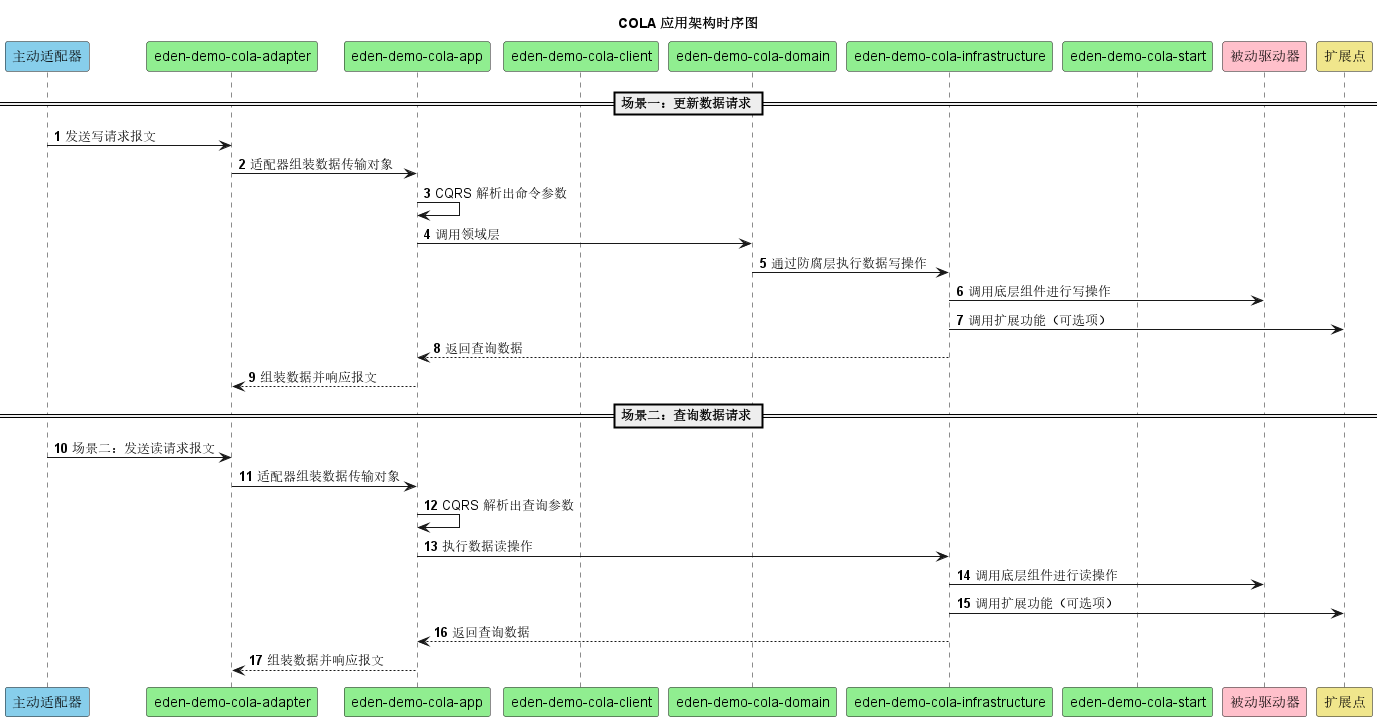
shiyindaxiaojie/eden-demo-cola keeps this PlantUML diagram as docs/uml/sequence.png. Above is the earlier version. The source it was exported from:
```plantuml
@startuml

!if %variable_exists("$THEME")
title COLA 应用架构时序图 - $THEME theme
!else
title COLA 应用架构时序图
!endif


autonumber
participant "主动适配器" #SkyBlue
participant "eden-demo-cola-adapter" #LightGreen
participant "eden-demo-cola-app" #LightGreen
participant "eden-demo-cola-client" #LightGreen
participant "eden-demo-cola-domain" #LightGreen
participant "eden-demo-cola-infrastructure" #LightGreen
participant "eden-demo-cola-start" #LightGreen
participant "被动驱动器" #Pink
participant "扩展点" #Khaki

== 场景一：更新数据请求 ==

"主动适配器" -> "eden-demo-cola-adapter": 发送写请求报文
"eden-demo-cola-adapter" -> "eden-demo-cola-app": 适配器组装数据传输对象
"eden-demo-cola-app" -> "eden-demo-cola-app": CQRS 解析出命令参数
"eden-demo-cola-app" -> "eden-demo-cola-domain": 调用领域层
"eden-demo-cola-domain" -> "eden-demo-cola-infrastructure": 通过防腐层执行数据写操作
"eden-demo-cola-infrastructure" -> "被动驱动器": 调用底层组件进行写操作
"eden-demo-cola-infrastructure" -> "扩展点": 调用扩展功能（可选项）
"eden-demo-cola-infrastructure" --> "eden-demo-cola-app": 返回查询数据
"eden-demo-cola-app" --> "eden-demo-cola-adapter": 组装数据并响应报文

== 场景二：查询数据请求 ==

"主动适配器" -> "eden-demo-cola-adapter": 场景二：发送读请求报文
"eden-demo-cola-adapter" -> "eden-demo-cola-app": 适配器组装数据传输对象
"eden-demo-cola-app" -> "eden-demo-cola-app": CQRS 解析出查询参数
"eden-demo-cola-app" -> "eden-demo-cola-infrastructure": 执行数据读操作
"eden-demo-cola-infrastructure" -> "被动驱动器": 调用底层组件进行读操作
"eden-demo-cola-infrastructure" -> "扩展点": 调用扩展功能（可选项）
"eden-demo-cola-infrastructure" --> "eden-demo-cola-app": 返回查询数据
"eden-demo-cola-app" --> "eden-demo-cola-adapter": 组装数据并响应报文

@enduml
```
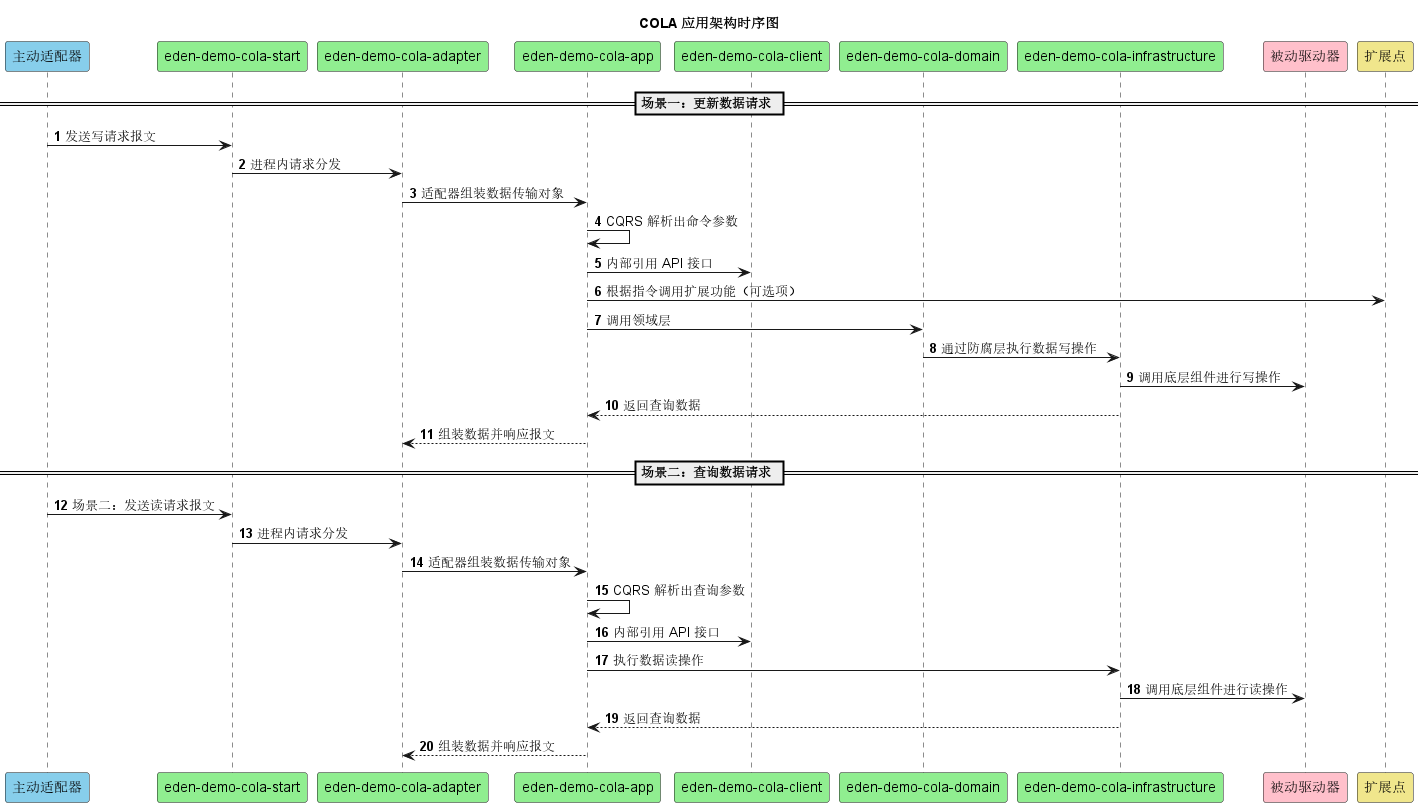
After the commit.

The edit, as a diff of the source:
```diff
@@ -9,35 +9,38 @@
 
 autonumber
 participant "主动适配器" #SkyBlue
+participant "eden-demo-cola-start" #LightGreen
 participant "eden-demo-cola-adapter" #LightGreen
 participant "eden-demo-cola-app" #LightGreen
 participant "eden-demo-cola-client" #LightGreen
 participant "eden-demo-cola-domain" #LightGreen
 participant "eden-demo-cola-infrastructure" #LightGreen
-participant "eden-demo-cola-start" #LightGreen
 participant "被动驱动器" #Pink
 participant "扩展点" #Khaki
 
 == 场景一：更新数据请求 ==
 
-"主动适配器" -> "eden-demo-cola-adapter": 发送写请求报文
+"主动适配器" -> "eden-demo-cola-start": 发送写请求报文
+"eden-demo-cola-start" -> "eden-demo-cola-adapter": 进程内请求分发
 "eden-demo-cola-adapter" -> "eden-demo-cola-app": 适配器组装数据传输对象
 "eden-demo-cola-app" -> "eden-demo-cola-app": CQRS 解析出命令参数
+"eden-demo-cola-app" -> "eden-demo-cola-client": 内部引用 API 接口
+"eden-demo-cola-app" -> "扩展点": 根据指令调用扩展功能（可选项）
 "eden-demo-cola-app" -> "eden-demo-cola-domain": 调用领域层
 "eden-demo-cola-domain" -> "eden-demo-cola-infrastructure": 通过防腐层执行数据写操作
 "eden-demo-cola-infrastructure" -> "被动驱动器": 调用底层组件进行写操作
-"eden-demo-cola-infrastructure" -> "扩展点": 调用扩展功能（可选项）
 "eden-demo-cola-infrastructure" --> "eden-demo-cola-app": 返回查询数据
 "eden-demo-cola-app" --> "eden-demo-cola-adapter": 组装数据并响应报文
 
 == 场景二：查询数据请求 ==
 
-"主动适配器" -> "eden-demo-cola-adapter": 场景二：发送读请求报文
+"主动适配器" -> "eden-demo-cola-start": 场景二：发送读请求报文
+"eden-demo-cola-start" -> "eden-demo-cola-adapter": 进程内请求分发
 "eden-demo-cola-adapter" -> "eden-demo-cola-app": 适配器组装数据传输对象
 "eden-demo-cola-app" -> "eden-demo-cola-app": CQRS 解析出查询参数
+"eden-demo-cola-app" -> "eden-demo-cola-client": 内部引用 API 接口
 "eden-demo-cola-app" -> "eden-demo-cola-infrastructure": 执行数据读操作
 "eden-demo-cola-infrastructure" -> "被动驱动器": 调用底层组件进行读操作
-"eden-demo-cola-infrastructure" -> "扩展点": 调用扩展功能（可选项）
 "eden-demo-cola-infrastructure" --> "eden-demo-cola-app": 返回查询数据
 "eden-demo-cola-app" --> "eden-demo-cola-adapter": 组装数据并响应报文
 
```
